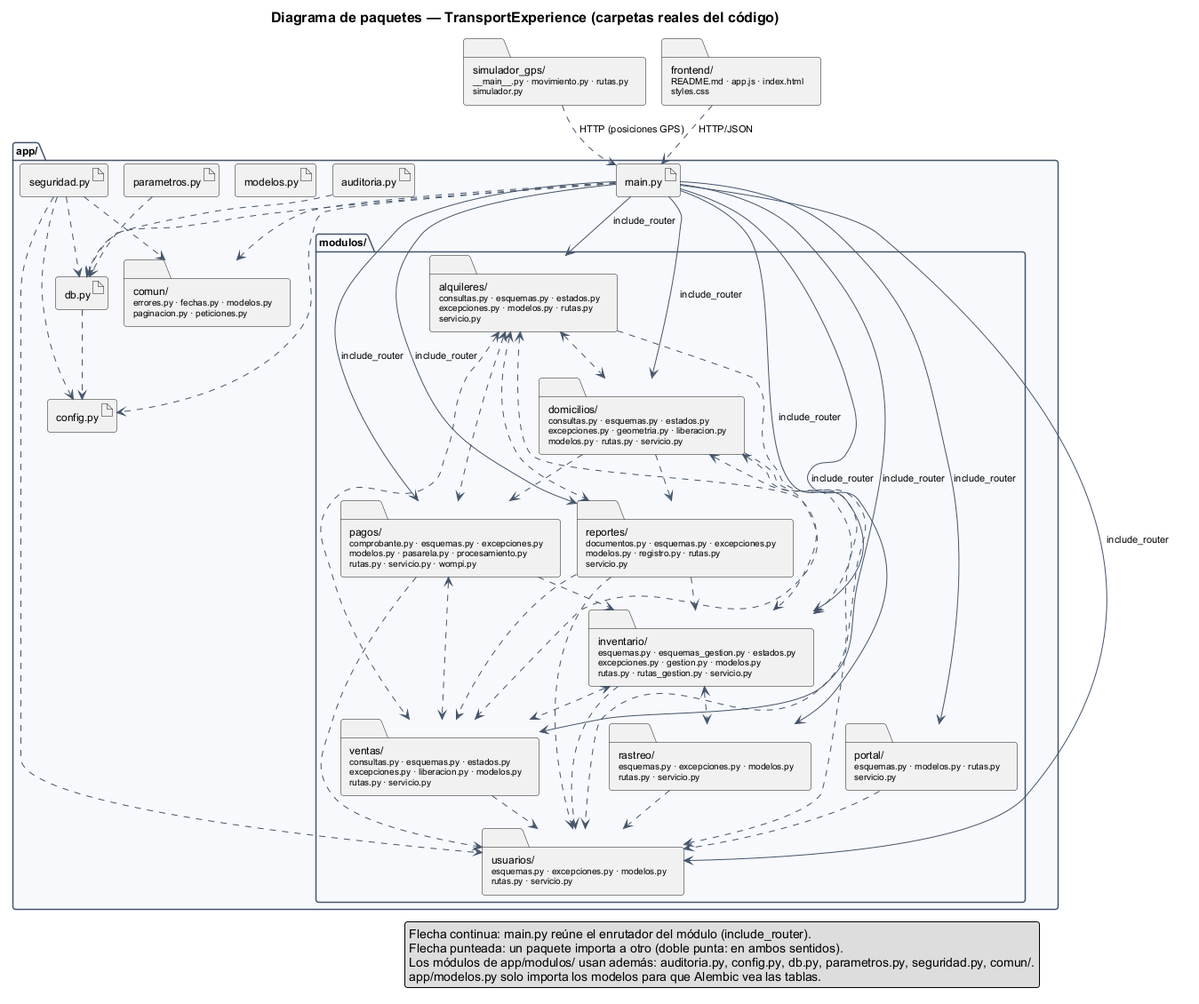
Before: docs/uml/01-paquetes.png, a diagram exported from PlantUML (jcaro819/TransportExperienceBackend).
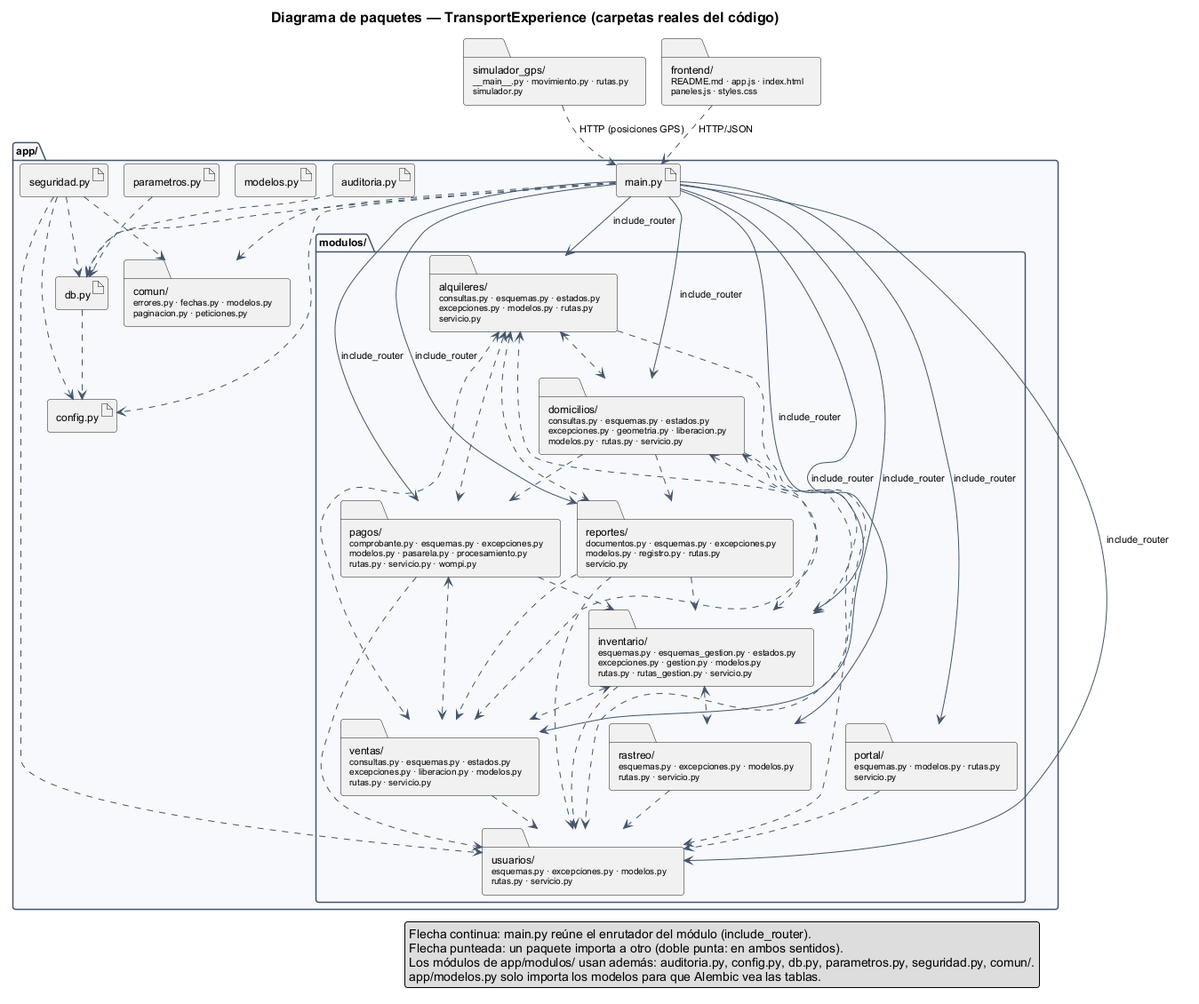
Above is the later version.

The edit, as a diff of the source:
```diff
@@ -24,7 +24,7 @@
   }
 }
 folder "simulador_gps/\n<size:10>~__main~__.py · movimiento.py · rutas.py</size>\n<size:10>simulador.py</size>" as c_simulador_gps
-folder "frontend/\n<size:10>README.md · app.js · index.html</size>\n<size:10>styles.css</size>" as c_frontend
+folder "frontend/\n<size:10>README.md · app.js · index.html</size>\n<size:10>paneles.js · styles.css</size>" as c_frontend
 
 a_main ..> a_config
 a_main ..> a_db
```
